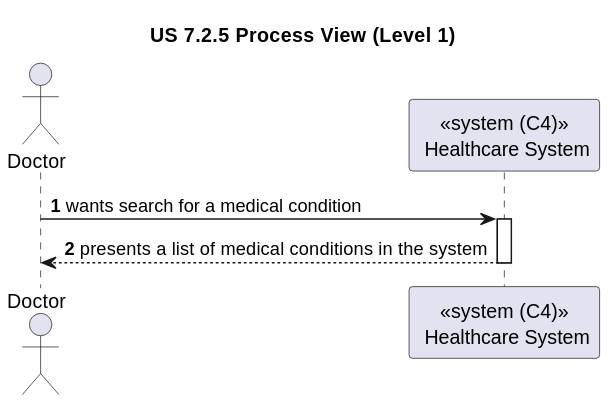
The PlantUML diagram docs/sprint-3/1220683/us-7.2.5/Process_View/Level-1/us7.2.5-process-view-lvl1.svg in rita-barbosa/LAPR5-2425, before a commit. Source of this version:
```plantuml
@startuml

title "US 7.2.5 Process View (Level 1)"

autonumber

actor "Doctor" as BACK
participant "<<system (C4)>>\n Healthcare System" as SYS

BACK -> SYS : wants search for a medical condition
activate SYS

SYS --> BACK : presents a list of medical conditions in the system
deactivate SYS
@enduml
```
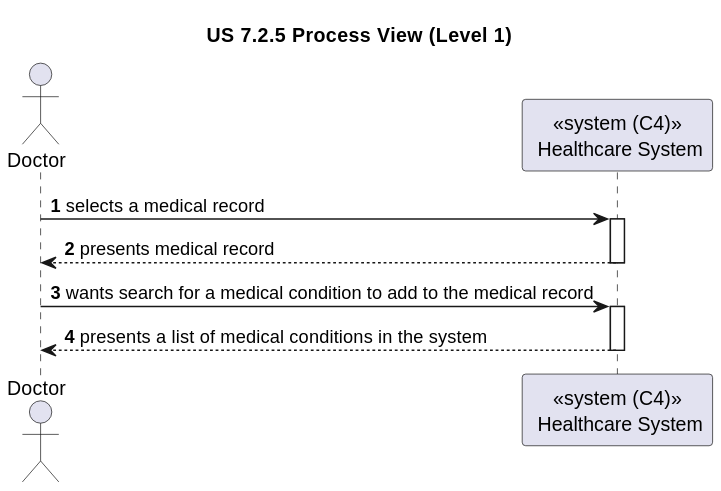
The same file after the commit.

The edit, as a diff of the source:
```diff
@@ -7,7 +7,13 @@
 actor "Doctor" as BACK
 participant "<<system (C4)>>\n Healthcare System" as SYS
 
-BACK -> SYS : wants search for a medical condition
+BACK -> SYS : selects a medical record
+activate SYS
+
+SYS --> BACK : presents medical record
+deactivate SYS
+
+BACK -> SYS : wants search for a medical condition to add to the medical record
 activate SYS
 
 SYS --> BACK : presents a list of medical conditions in the system
```
